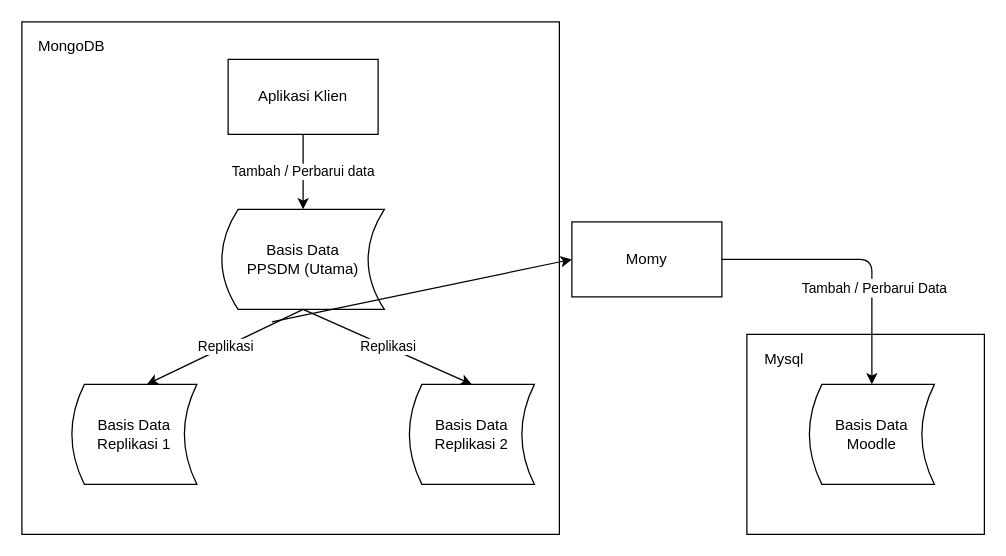
Before: How-Momy-Works.drawio in nmfzone/Learning, a draw.io diagram. Source tidied: cells renumbered, new cells numbered last; positions are measured from the earlier drawing's top-left corner, leaving out a move shared by most shapes. Both pictures are drawn from the tidied source at 125%, with x=0, y=0 at pixel (21, 21).
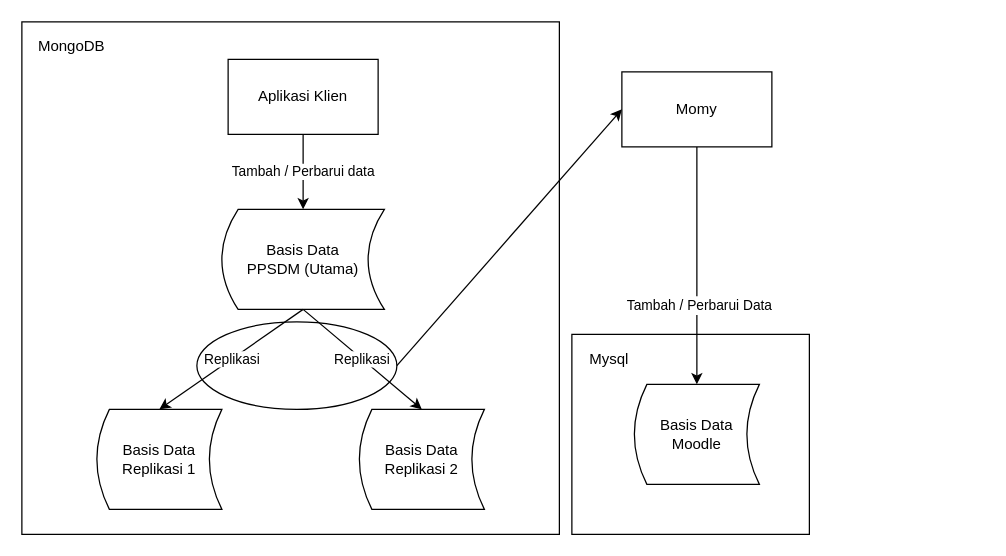
The same page after the edit.

The change refers to these unchanged cells:
```xml
<mxCell id="5" value="Basis Data&lt;br&gt;PPSDM (Utama)" style="shape=dataStorage;whiteSpace=wrap;html=1;" parent="1" vertex="1">
  <mxGeometry x="160" y="150" width="130" height="80" as="geometry" />
</mxCell>
```

Diff of the diagram source:
```diff
@@
     <mxCell id="2" style="rounded=0;whiteSpace=wrap;html=1;fillColor=none;" parent="1" vertex="1">
-      <mxGeometry x="580" y="250" width="190" height="160" as="geometry" />
+      <mxGeometry x="440" y="250" width="190" height="160" as="geometry" />
     </mxCell>
@@
     <mxCell id="6" value="Basis Data&lt;br&gt;Replikasi 1" style="shape=dataStorage;whiteSpace=wrap;html=1;" parent="1" vertex="1">
-      <mxGeometry x="40" y="290" width="100" height="80" as="geometry" />
+      <mxGeometry x="60" y="310" width="100" height="80" as="geometry" />
     </mxCell>
     <mxCell id="7" value="Basis Data&lt;br&gt;Replikasi 2" style="shape=dataStorage;whiteSpace=wrap;html=1;" parent="1" vertex="1">
-      <mxGeometry x="310" y="290" width="100" height="80" as="geometry" />
+      <mxGeometry x="270" y="310" width="100" height="80" as="geometry" />
     </mxCell>
@@
-    <mxCell id="9" value="Replikasi" style="endArrow=classic;html=1;exitX=0.5;exitY=1;exitDx=0;exitDy=0;" parent="1" edge="1" source="5">
-      <mxGeometry relative="1" as="geometry">
-        <mxPoint x="100" y="290" as="targetPoint" />
-      </mxGeometry>
+    <mxCell id="9" value="Replikasi" style="endArrow=classic;html=1;exitX=0.5;exitY=1;exitDx=0;exitDy=0;entryX=0.5;entryY=0;entryDx=0;entryDy=0;" parent="1" edge="1" source="5" target="6">
+      <mxGeometry relative="1" as="geometry" />
     </mxCell>
@@
     <mxCell id="12" value="Momy" style="rounded=0;whiteSpace=wrap;html=1;fillColor=none;" parent="1" vertex="1">
-      <mxGeometry x="440" y="160" width="120" height="60" as="geometry" />
+      <mxGeometry x="480" y="40" width="120" height="60" as="geometry" />
     </mxCell>
     <mxCell id="13" value="Basis Data&lt;br&gt;Moodle" style="shape=dataStorage;whiteSpace=wrap;html=1;" parent="1" vertex="1">
-      <mxGeometry x="630" y="290" width="100" height="80" as="geometry" />
+      <mxGeometry x="490" y="290" width="100" height="80" as="geometry" />
     </mxCell>
     <mxCell id="14" value="Mysql" style="text;html=1;strokeColor=none;fillColor=none;align=center;verticalAlign=middle;whiteSpace=wrap;rounded=0;" parent="1" vertex="1">
-      <mxGeometry x="590" y="260" width="40" height="20" as="geometry" />
+      <mxGeometry x="450" y="260" width="40" height="20" as="geometry" />
     </mxCell>
-    <mxCell id="15" style="endArrow=classic;html=1;exitX=1;exitY=0.5;exitDx=0;exitDy=0;" parent="1" edge="1" source="12" target="13">
-      <mxGeometry relative="1" as="geometry">
-        <Array as="points">
-          <mxPoint x="680" y="190" />
-        </Array>
-      </mxGeometry>
+    <mxCell id="15" style="endArrow=classic;html=1;exitX=0.5;exitY=1;exitDx=0;exitDy=0;" parent="1" edge="1" source="12" target="13">
+      <mxGeometry relative="1" as="geometry" />
     </mxCell>
@@
-    <mxCell id="17" style="endArrow=classic;html=1;entryX=0;entryY=0.5;entryDx=0;entryDy=0;" parent="1" edge="1" target="12">
-      <mxGeometry relative="1" as="geometry">
-        <mxPoint x="200" y="240" as="sourcePoint" />
-      </mxGeometry>
+    <mxCell id="17" style="endArrow=classic;html=1;entryX=0;entryY=0.5;entryDx=0;entryDy=0;exitX=1;exitY=0.5;exitDx=0;exitDy=0;" parent="1" edge="1" source="18" target="12">
+      <mxGeometry relative="1" as="geometry" />
     </mxCell>
+    <mxCell id="18" style="ellipse;whiteSpace=wrap;html=1;fillColor=none;" parent="1" vertex="1">
+      <mxGeometry x="140" y="240" width="160" height="70" as="geometry" />
+    </mxCell>
```
